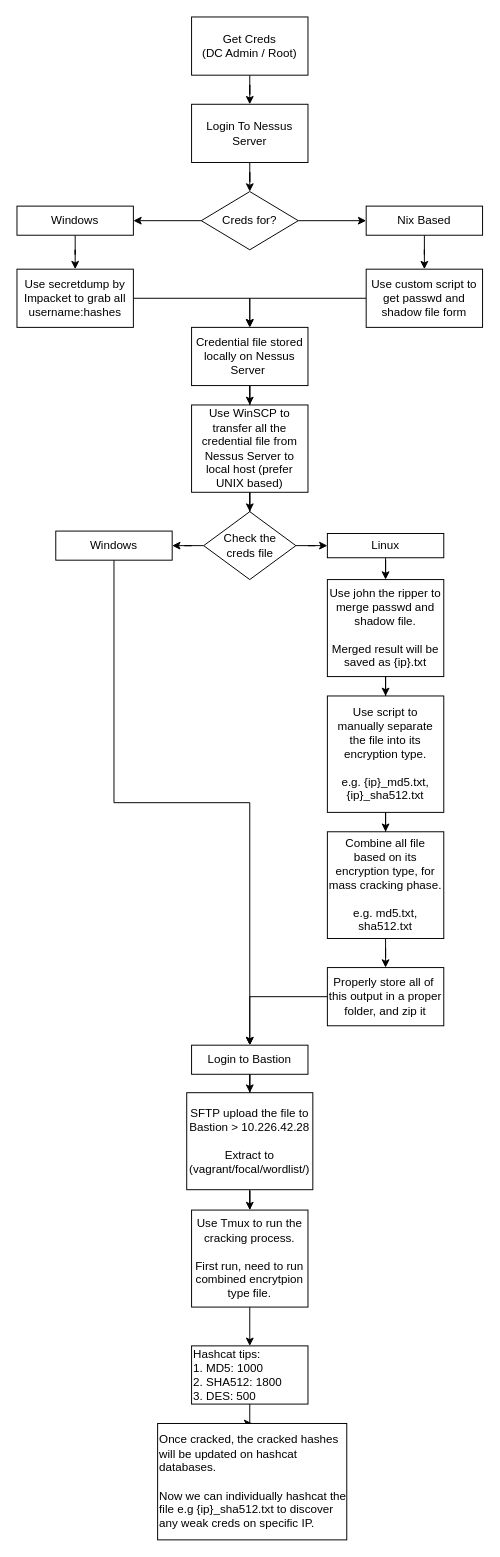
Before: Untitled Diagram.drawio in exrienz/Bots, a draw.io diagram. Source tidied: cells renumbered, new cells numbered last; positions are measured from the earlier drawing's top-left corner, leaving out a move shared by most shapes. Both pictures are drawn from the tidied source at 97%, with x=0, y=0 at pixel (16, 16).
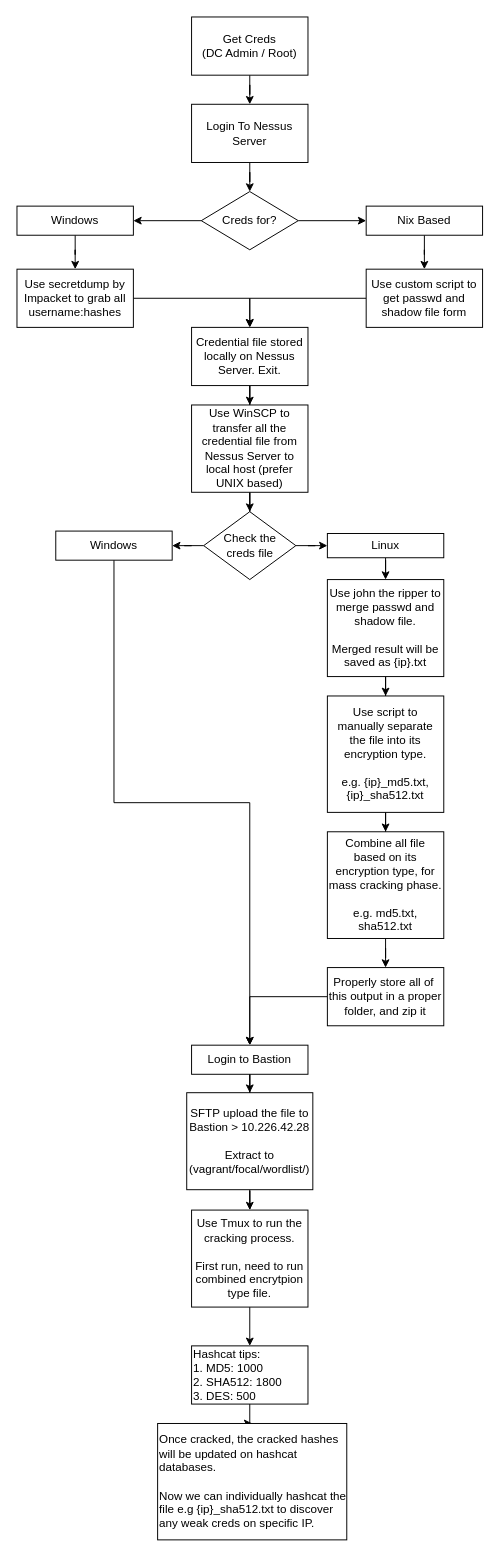
Above is the later version.

Change to the diagram source:
```diff
@@
-    <mxCell id="18" value="Credential file stored locally on Nessus Server&amp;nbsp;" style="whiteSpace=wrap;html=1;rounded=0;" parent="1" vertex="1">
+    <mxCell id="18" value="Credential file stored locally on Nessus Server. Exit." style="whiteSpace=wrap;html=1;rounded=0;" parent="1" vertex="1">
       <mxGeometry x="180" y="320" width="120" height="60" as="geometry" />
     </mxCell>
```
